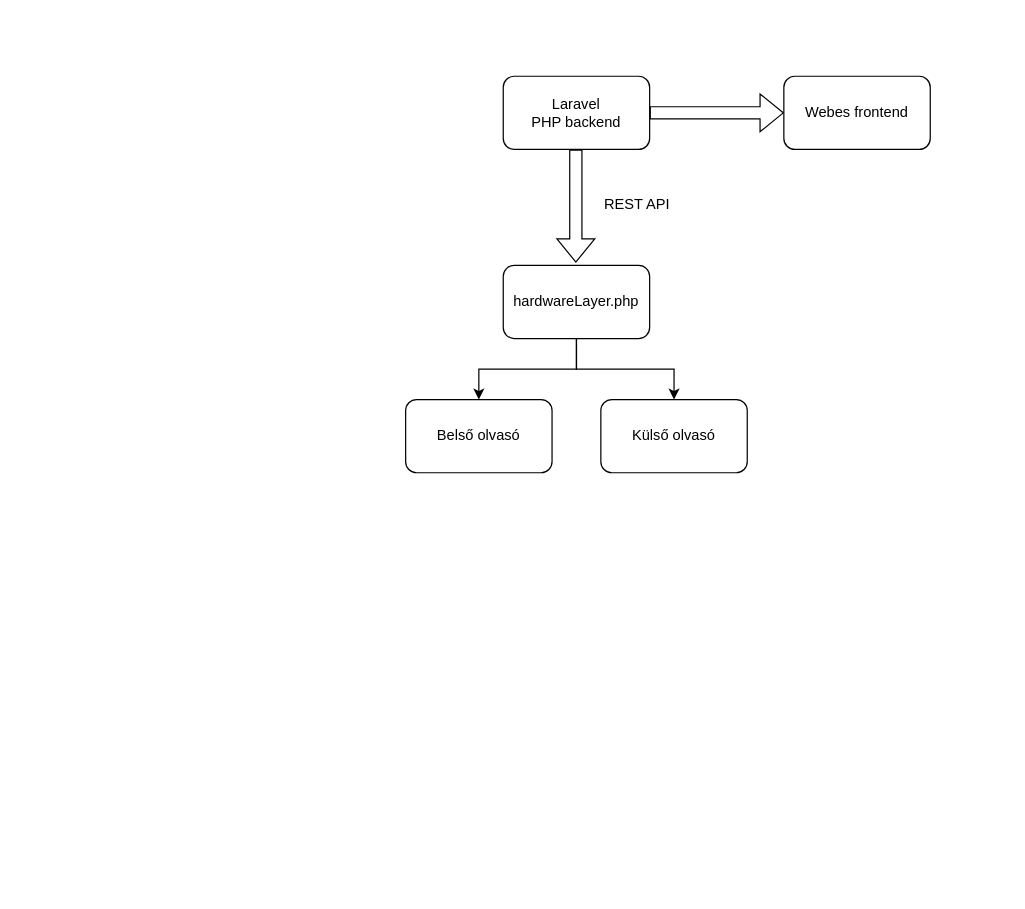
Above: documentation/images/belepteto-rendszerterv.drawio in Mlevike/okos-belepteto-rendszer (draw.io), before the change. Source tidied: cells renumbered, new cells numbered last; positions are measured from the earlier drawing's top-left corner, leaving out a move shared by most shapes. Both pictures are drawn from the tidied source at 122%, with x=0, y=0 at pixel (405, 63). Pictures stored in the file or linked from it are replaced by grey dashed boxes.
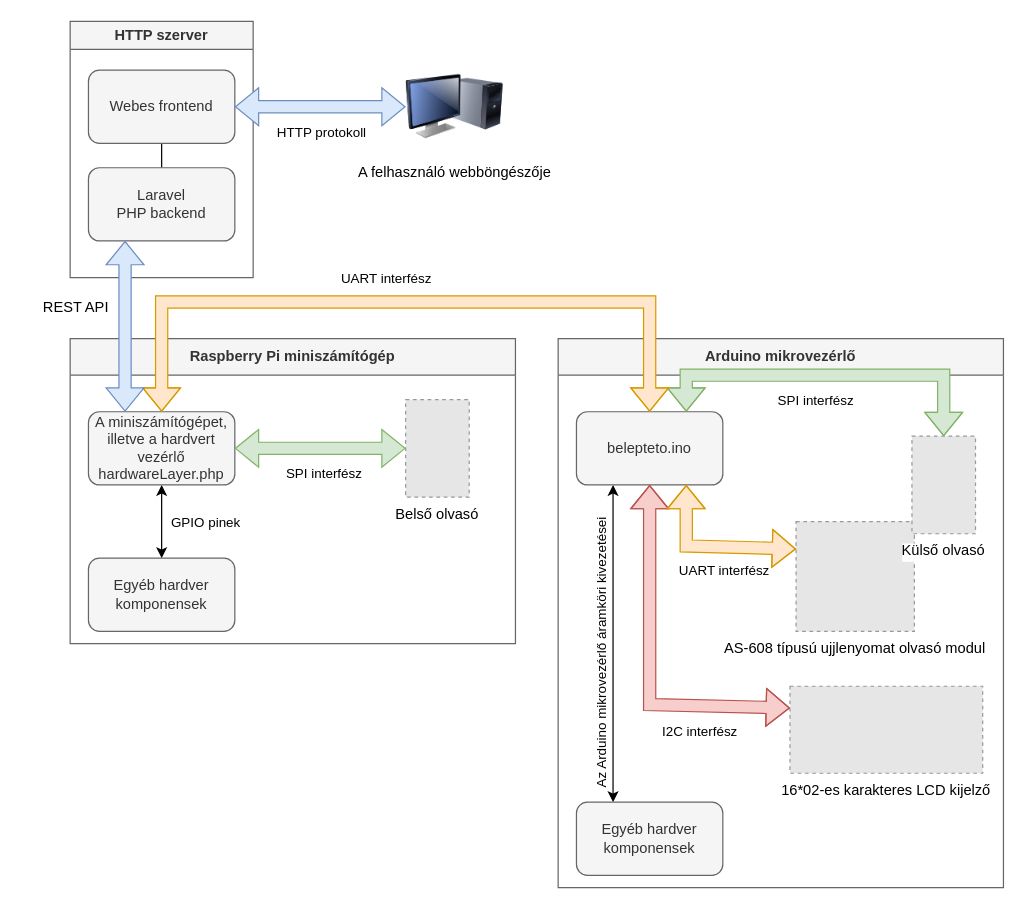
The same diagram, later.

Commit message (it also covers changes not shown here):
Update belepteto-rendszerterv

What changed in the source:
```diff
@@
-    <mxCell id="2" style="shape=flexArrow;endArrow=classic;html=1;rounded=0;" parent="1" edge="1">
-      <mxGeometry relative="1" as="geometry">
-        <mxPoint x="200" y="40" as="sourcePoint" />
-        <mxPoint x="310" y="40" as="targetPoint" />
-      </mxGeometry>
-    </mxCell>
-    <mxCell id="3" style="group;" parent="1" vertex="1">
-      <mxGeometry x="80" width="150" height="150" as="geometry" />
-    </mxCell>
+    <mxCell id="13" style="edgeStyle=orthogonalEdgeStyle;rounded=0;jettySize=auto;html=1;exitX=0.5;exitY=1;exitDx=0;exitDy=0;entryX=0.5;entryY=0;entryDx=0;entryDy=0;endArrow=none;endFill=0;" parent="1" edge="1" source="7" target="4">
+      <mxGeometry relative="1" as="geometry" />
+    </mxCell>
+    <mxCell id="14" value="HTTP szerver" style="swimlane;whiteSpace=wrap;html=1;fillColor=#f5f5f5;fontColor=#333333;strokeColor=#666666;" parent="1" vertex="1">
+      <mxGeometry x="-275" y="-35" width="150" height="210" as="geometry" />
+    </mxCell>
+    <mxCell id="7" value="Webes frontend" style="rounded=1;whiteSpace=wrap;html=1;fillColor=#f5f5f5;fontColor=#333333;strokeColor=#666666;" parent="14" vertex="1">
+      <mxGeometry x="15" y="40" width="120" height="60" as="geometry" />
+    </mxCell>
-    <mxCell id="4" value="Laravel&lt;br&gt;PHP backend" style="rounded=1;whiteSpace=wrap;html=1;" parent="3" vertex="1">
-      <mxGeometry y="10" width="120" height="60" as="geometry" />
+    <mxCell id="4" value="Laravel&lt;br&gt;PHP backend" style="rounded=1;whiteSpace=wrap;html=1;fillColor=#f5f5f5;fontColor=#333333;strokeColor=#666666;" parent="1" vertex="1">
+      <mxGeometry x="-260" y="85" width="120" height="60" as="geometry" />
     </mxCell>
-    <mxCell id="5" style="shape=flexArrow;endArrow=classic;html=1;rounded=0;" parent="3" edge="1">
-      <mxGeometry relative="1" as="geometry">
-        <mxPoint x="59.5" y="70" as="sourcePoint" />
-        <mxPoint x="59.5" y="162.8" as="targetPoint" />
-      </mxGeometry>
-    </mxCell>
-    <mxCell id="6" value="REST API" style="text;html=1;strokeColor=none;fillColor=none;align=center;verticalAlign=middle;whiteSpace=wrap;rounded=0;" parent="3" vertex="1">
-      <mxGeometry x="70" y="100" width="80" height="30" as="geometry" />
+    <mxCell id="6" value="REST API" style="text;html=1;strokeColor=none;fillColor=none;align=center;verticalAlign=middle;whiteSpace=wrap;rounded=0;" parent="1" vertex="1">
+      <mxGeometry x="-315" y="185" width="90" height="30" as="geometry" />
     </mxCell>
-    <mxCell id="7" value="Webes frontend" style="rounded=1;whiteSpace=wrap;html=1;" parent="1" vertex="1">
-      <mxGeometry x="310" y="10" width="120" height="60" as="geometry" />
-    </mxCell>
+    <mxCell id="15" value="A felhasználó webböngészője" style="image;html=1;image=img/lib/clip_art/computers/Monitor_Tower_128x128.png;" parent="1" vertex="1">
+      <mxGeometry y="-5" width="80" height="80" as="geometry" />
+    </mxCell>
+    <mxCell id="16" style="shape=flexArrow;endArrow=classic;startArrow=classic;html=1;rounded=0;entryX=0;entryY=0.5;entryDx=0;entryDy=0;exitX=1;exitY=0.5;exitDx=0;exitDy=0;fillColor=#dae8fc;strokeColor=#6c8ebf;" parent="1" edge="1" source="7" target="15">
+      <mxGeometry relative="1" as="geometry" />
+    </mxCell>
+    <mxCell id="17" value="HTTP protokoll" style="edgeLabel;html=1;align=center;verticalAlign=middle;" parent="16" vertex="1">
+      <mxGeometry x="0.36" y="-1" relative="1" as="geometry">
+        <mxPoint x="-25" y="19" as="offset" />
+      </mxGeometry>
+    </mxCell>
+    <mxCell id="18" value="Raspberry Pi miniszámítógép" style="swimlane;whiteSpace=wrap;html=1;startSize=30;fillColor=#f5f5f5;fontColor=#333333;strokeColor=#666666;" parent="1" vertex="1">
+      <mxGeometry x="-275" y="225" width="365" height="250" as="geometry" />
+    </mxCell>
+    <mxCell id="19" style="edgeStyle=orthogonalEdgeStyle;rounded=0;jettySize=auto;html=1;exitX=0.5;exitY=1;exitDx=0;exitDy=0;entryX=0.5;entryY=0;entryDx=0;entryDy=0;startArrow=classic;startFill=1;" parent="18" edge="1" source="10" target="20">
+      <mxGeometry relative="1" as="geometry" />
+    </mxCell>
+    <mxCell id="10" value="A miniszámítógépet, illetve a hardvert vezérlő hardwareLayer.php" style="rounded=1;whiteSpace=wrap;html=1;fillColor=#f5f5f5;fontColor=#333333;strokeColor=#666666;" parent="18" vertex="1">
+      <mxGeometry x="15" y="60" width="120" height="60" as="geometry" />
+    </mxCell>
+    <mxCell id="20" value="Egyéb hardver komponensek" style="rounded=1;whiteSpace=wrap;html=1;fillColor=#f5f5f5;fontColor=#333333;strokeColor=#666666;" parent="18" vertex="1">
+      <mxGeometry x="15" y="180" width="120" height="60" as="geometry" />
+    </mxCell>
+    <mxCell id="11" value="Belső olvasó" style="fillColor=#E6E6E6;strokeColor=#999999;dashed=1;verticalLabelPosition=bottom;labelBackgroundColor=default;verticalAlign=top;" parent="1" vertex="1">
+      <mxGeometry y="275" width="52.1" height="80" as="geometry" />
+    </mxCell>
-    <mxCell id="8" style="edgeStyle=orthogonalEdgeStyle;rounded=0;jettySize=auto;html=1;exitX=0.5;exitY=1;exitDx=0;exitDy=0;entryX=0.5;entryY=0;entryDx=0;entryDy=0;" parent="1" edge="1" source="10" target="11">
+    <mxCell id="8" style="shape=flexArrow;endArrow=classic;startArrow=classic;html=1;rounded=0;exitX=1;exitY=0.5;exitDx=0;exitDy=0;entryX=0;entryY=0.5;entryDx=0;entryDy=0;fillColor=#d5e8d4;strokeColor=#82b366;" parent="1" edge="1" source="10" target="11">
       <mxGeometry relative="1" as="geometry" />
     </mxCell>
-    <mxCell id="9" style="edgeStyle=orthogonalEdgeStyle;rounded=0;jettySize=auto;html=1;exitX=0.5;exitY=1;exitDx=0;exitDy=0;" parent="1" edge="1" source="10" target="12">
-      <mxGeometry relative="1" as="geometry" />
-    </mxCell>
-    <mxCell id="10" value="hardwareLayer.php" style="rounded=1;whiteSpace=wrap;html=1;" parent="1" vertex="1">
-      <mxGeometry x="80" y="165" width="120" height="60" as="geometry" />
-    </mxCell>
-    <mxCell id="11" value="Belső olvasó" style="rounded=1;whiteSpace=wrap;html=1;" parent="1" vertex="1">
-      <mxGeometry y="275" width="120" height="60" as="geometry" />
-    </mxCell>
+    <mxCell id="21" value="SPI interfész" style="edgeLabel;html=1;align=center;verticalAlign=middle;" parent="8" vertex="1">
+      <mxGeometry x="0.03" y="-2" relative="1" as="geometry">
+        <mxPoint y="18" as="offset" />
+      </mxGeometry>
+    </mxCell>
+    <mxCell id="22" value="Arduino mikrovezérlő" style="swimlane;whiteSpace=wrap;html=1;startSize=30;fillColor=#f5f5f5;fontColor=#333333;strokeColor=#666666;" parent="1" vertex="1">
+      <mxGeometry x="125" y="225" width="365" height="450" as="geometry" />
+    </mxCell>
+    <mxCell id="23" style="edgeStyle=orthogonalEdgeStyle;rounded=0;jettySize=auto;html=1;exitX=0.25;exitY=1;exitDx=0;exitDy=0;entryX=0.25;entryY=0;entryDx=0;entryDy=0;startArrow=classic;startFill=1;" parent="22" edge="1" source="25" target="29">
+      <mxGeometry relative="1" as="geometry" />
+    </mxCell>
+    <mxCell id="24" value="GPIO pinek" style="edgeLabel;html=1;align=center;verticalAlign=middle;rotation=0;" parent="23" vertex="1">
+      <mxGeometry x="-0.04" y="1" relative="1" as="geometry">
+        <mxPoint x="-336" y="-95" as="offset" />
+      </mxGeometry>
+    </mxCell>
+    <mxCell id="25" value="belepteto.ino" style="rounded=1;whiteSpace=wrap;html=1;fillColor=#f5f5f5;fontColor=#333333;strokeColor=#666666;" parent="22" vertex="1">
+      <mxGeometry x="15" y="60" width="120" height="60" as="geometry" />
+    </mxCell>
+    <mxCell id="26" value="16*02-es karakteres LCD kijelző" style="fillColor=#E6E6E6;strokeColor=#999999;dashed=1;verticalLabelPosition=bottom;labelBackgroundColor=default;verticalAlign=top;" parent="22" vertex="1">
+      <mxGeometry x="190" y="285" width="158" height="71.3" as="geometry" />
+    </mxCell>
+    <mxCell id="27" style="shape=flexArrow;endArrow=classic;startArrow=classic;html=1;rounded=0;entryX=0.5;entryY=1;entryDx=0;entryDy=0;exitX=0;exitY=0.25;exitDx=0;exitDy=0;fillColor=#f8cecc;strokeColor=#b85450;" parent="22" edge="1" source="26" target="25">
+      <mxGeometry relative="1" as="geometry">
+        <Array as="points">
+          <mxPoint x="75" y="300" />
+        </Array>
+      </mxGeometry>
+    </mxCell>
+    <mxCell id="28" value="I2C interfész" style="edgeLabel;html=1;align=center;verticalAlign=middle;" parent="27" vertex="1">
+      <mxGeometry x="0.03" y="-2" relative="1" as="geometry">
+        <mxPoint x="38" y="58" as="offset" />
+      </mxGeometry>
+    </mxCell>
+    <mxCell id="29" value="Egyéb hardver komponensek" style="rounded=1;whiteSpace=wrap;html=1;fillColor=#f5f5f5;fontColor=#333333;strokeColor=#666666;" parent="22" vertex="1">
+      <mxGeometry x="15" y="380" width="120" height="60" as="geometry" />
+    </mxCell>
+    <mxCell id="30" style="shape=flexArrow;endArrow=classic;startArrow=classic;html=1;rounded=0;entryX=0.5;entryY=0;entryDx=0;entryDy=0;exitX=0.75;exitY=0;exitDx=0;exitDy=0;fillColor=#d5e8d4;strokeColor=#82b366;" parent="22" edge="1" source="25" target="12">
+      <mxGeometry relative="1" as="geometry">
+        <Array as="points">
+          <mxPoint x="105" y="30" />
+          <mxPoint x="316" y="30" />
+        </Array>
+      </mxGeometry>
+    </mxCell>
+    <mxCell id="31" value="SPI interfész" style="edgeLabel;html=1;align=center;verticalAlign=middle;" parent="30" vertex="1">
+      <mxGeometry x="0.03" y="-2" relative="1" as="geometry">
+        <mxPoint x="-15" y="18" as="offset" />
+      </mxGeometry>
+    </mxCell>
+    <mxCell id="32" value="AS-608 típusú ujjlenyomat olvasó modul" style="fillColor=#E6E6E6;strokeColor=#999999;dashed=1;verticalLabelPosition=bottom;labelBackgroundColor=default;verticalAlign=top;" parent="22" vertex="1">
+      <mxGeometry x="195" y="150" width="97" height="90" as="geometry" />
+    </mxCell>
+    <mxCell id="33" style="shape=flexArrow;endArrow=classic;startArrow=classic;html=1;rounded=0;entryX=0.75;entryY=1;entryDx=0;entryDy=0;exitX=0;exitY=0.25;exitDx=0;exitDy=0;fillColor=#ffe6cc;strokeColor=#d79b00;" parent="22" edge="1" source="32" target="25">
+      <mxGeometry relative="1" as="geometry">
+        <Array as="points">
+          <mxPoint x="105" y="170" />
+        </Array>
+      </mxGeometry>
+    </mxCell>
+    <mxCell id="34" value="UART interfész" style="edgeLabel;html=1;align=center;verticalAlign=middle;" parent="33" vertex="1">
+      <mxGeometry x="0.11" y="-4" relative="1" as="geometry">
+        <mxPoint x="18" y="23" as="offset" />
+      </mxGeometry>
+    </mxCell>
-    <mxCell id="12" value="Külső olvasó" style="rounded=1;whiteSpace=wrap;html=1;" parent="1" vertex="1">
-      <mxGeometry x="160" y="275" width="120" height="60" as="geometry" />
+    <mxCell id="12" value="Külső olvasó" style="fillColor=#E6E6E6;strokeColor=#999999;dashed=1;verticalLabelPosition=bottom;labelBackgroundColor=default;verticalAlign=top;" parent="22" vertex="1">
+      <mxGeometry x="290" y="80" width="52.1" height="80" as="geometry" />
     </mxCell>
+    <mxCell id="35" style="shape=flexArrow;endArrow=classic;startArrow=classic;html=1;rounded=0;entryX=0.5;entryY=0;entryDx=0;entryDy=0;exitX=0.5;exitY=0;exitDx=0;exitDy=0;fillColor=#ffe6cc;strokeColor=#d79b00;" parent="1" edge="1" source="25" target="10">
+      <mxGeometry relative="1" as="geometry">
+        <Array as="points">
+          <mxPoint x="200" y="195" />
+          <mxPoint x="-200" y="195" />
+        </Array>
+      </mxGeometry>
+    </mxCell>
+    <mxCell id="36" value="UART interfész" style="edgeLabel;html=1;align=center;verticalAlign=middle;" parent="35" vertex="1">
+      <mxGeometry x="0.29" y="2" relative="1" as="geometry">
+        <mxPoint x="67" y="-22" as="offset" />
+      </mxGeometry>
+    </mxCell>
+    <mxCell id="37" value="Az Arduino mikrovezérlő áramköri kivezetései" style="edgeLabel;html=1;align=center;verticalAlign=middle;rotation=-90;" parent="1" vertex="1">
+      <mxGeometry x="160" y="484" as="geometry" />
+    </mxCell>
+    <mxCell id="38" style="shape=flexArrow;endArrow=classic;startArrow=classic;html=1;rounded=0;entryX=0.25;entryY=1;entryDx=0;entryDy=0;exitX=0.25;exitY=0;exitDx=0;exitDy=0;fillColor=#dae8fc;strokeColor=#6c8ebf;" parent="1" edge="1" source="10" target="4">
+      <mxGeometry relative="1" as="geometry" />
+    </mxCell>
```
